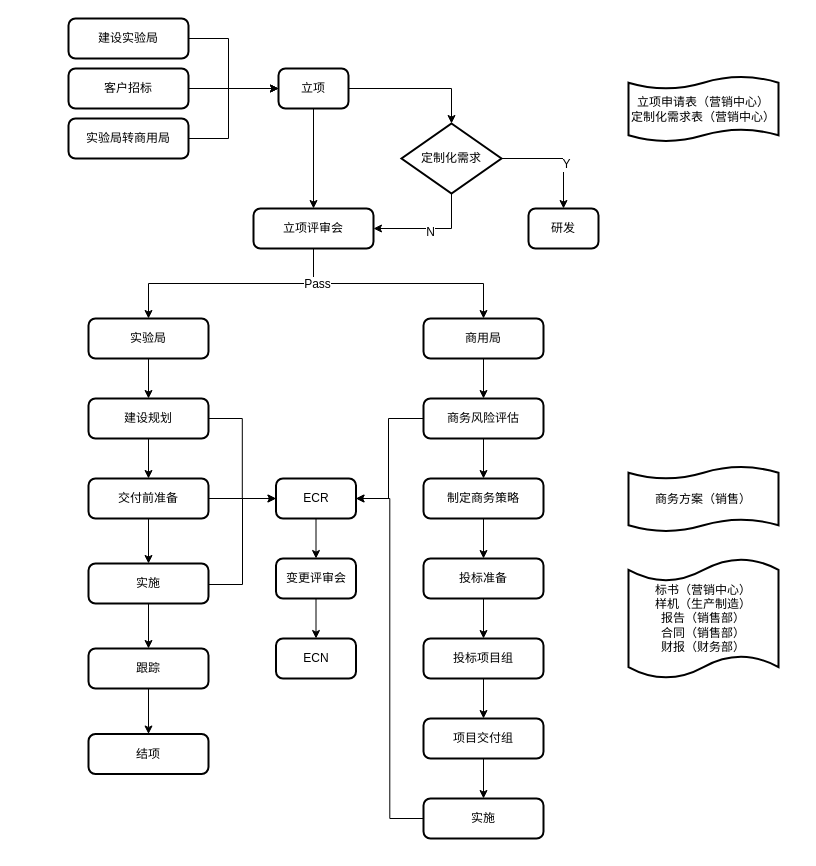
linkeyue/linkeyue keeps this draw.io diagram as kkk.drawio. Above is the earlier version. Source tidied: cells renumbered, new cells numbered last; positions are measured from the earlier drawing's top-left corner, leaving out a move shared by most shapes. Both pictures are drawn from the tidied source at 100%, with x=0, y=0 at pixel (68, 18).
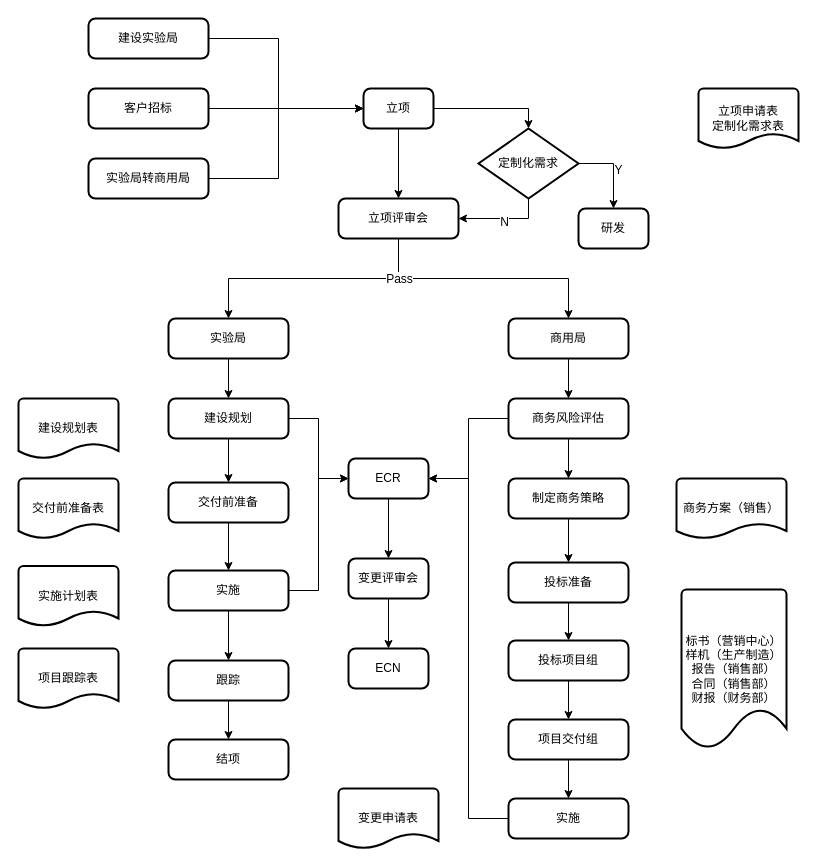
After the change.

Change to the diagram source:
```diff
@@
     <mxCell id="2" style="edgeStyle=orthogonalEdgeStyle;rounded=0;jettySize=auto;html=1;exitX=1;exitY=0.5;exitDx=0;exitDy=0;entryX=0;entryY=0.5;entryDx=0;entryDy=0;" parent="1" edge="1" source="3" target="8">
       <mxGeometry relative="1" as="geometry">
         <Array as="points">
-          <mxPoint x="160" y="20" />
-          <mxPoint x="160" y="70" />
+          <mxPoint x="210" y="20" />
+          <mxPoint x="210" y="90" />
         </Array>
       </mxGeometry>
     </mxCell>
     <mxCell id="3" value="建设实验局" style="rounded=1;whiteSpace=wrap;html=1;absoluteArcSize=1;arcSize=14;strokeWidth=2;" parent="1" vertex="1">
-      <mxGeometry width="120" height="40" as="geometry" />
+      <mxGeometry x="20" width="120" height="40" as="geometry" />
     </mxCell>
-    <mxCell id="4" style="edgeStyle=orthogonalEdgeStyle;rounded=0;jettySize=auto;html=1;exitX=1;exitY=0.5;exitDx=0;exitDy=0;" parent="1" edge="1" source="5">
-      <mxGeometry relative="1" as="geometry">
-        <mxPoint x="210" y="70" as="targetPoint" />
-        <Array as="points">
-          <mxPoint x="160" y="70" />
-          <mxPoint x="160" y="70" />
-        </Array>
-      </mxGeometry>
-    </mxCell>
+    <mxCell id="58" style="edgeStyle=orthogonalEdgeStyle;rounded=0;jettySize=auto;html=1;entryX=0;entryY=0.5;entryDx=0;entryDy=0;" parent="1" edge="1" source="5" target="8">
+      <mxGeometry relative="1" as="geometry" />
+    </mxCell>
     <mxCell id="5" value="客户招标" style="rounded=1;whiteSpace=wrap;html=1;absoluteArcSize=1;arcSize=14;strokeWidth=2;" parent="1" vertex="1">
-      <mxGeometry y="50" width="120" height="40" as="geometry" />
+      <mxGeometry x="20" y="70" width="120" height="40" as="geometry" />
     </mxCell>
@@
     <mxCell id="8" value="立项" style="rounded=1;whiteSpace=wrap;html=1;absoluteArcSize=1;arcSize=14;strokeWidth=2;direction=east;rotation=0;" parent="1" vertex="1">
-      <mxGeometry x="210" y="50" width="70" height="40" as="geometry" />
+      <mxGeometry x="295" y="70" width="70" height="40" as="geometry" />
     </mxCell>
-    <mxCell id="9" style="edgeStyle=orthogonalEdgeStyle;rounded=0;jettySize=auto;html=1;exitX=1;exitY=0.5;exitDx=0;exitDy=0;" parent="1" edge="1" source="10">
-      <mxGeometry relative="1" as="geometry">
-        <mxPoint x="210" y="70" as="targetPoint" />
-        <Array as="points">
-          <mxPoint x="160" y="120" />
-          <mxPoint x="160" y="70" />
-        </Array>
-      </mxGeometry>
-    </mxCell>
+    <mxCell id="59" style="edgeStyle=orthogonalEdgeStyle;rounded=0;jettySize=auto;html=1;exitX=1;exitY=0.5;exitDx=0;exitDy=0;entryX=0;entryY=0.5;entryDx=0;entryDy=0;" parent="1" edge="1" source="10" target="8">
+      <mxGeometry relative="1" as="geometry">
+        <Array as="points">
+          <mxPoint x="210" y="160" />
+          <mxPoint x="210" y="90" />
+        </Array>
+      </mxGeometry>
+    </mxCell>
     <mxCell id="10" value="实验局转商用局" style="rounded=1;whiteSpace=wrap;html=1;absoluteArcSize=1;arcSize=14;strokeWidth=2;" parent="1" vertex="1">
-      <mxGeometry y="100" width="120" height="40" as="geometry" />
+      <mxGeometry x="20" y="140" width="120" height="40" as="geometry" />
     </mxCell>
@@
     <mxCell id="14" value="立项评审会" style="rounded=1;whiteSpace=wrap;html=1;absoluteArcSize=1;arcSize=14;strokeWidth=2;" parent="1" vertex="1">
-      <mxGeometry x="185" y="190" width="120" height="40" as="geometry" />
+      <mxGeometry x="270" y="180" width="120" height="40" as="geometry" />
     </mxCell>
@@
     <mxCell id="19" value="定制化需求" style="strokeWidth=2;html=1;shape=mxgraph.flowchart.decision;whiteSpace=wrap;" parent="1" vertex="1">
-      <mxGeometry x="333" y="105" width="100" height="70" as="geometry" />
+      <mxGeometry x="410" y="110" width="100" height="70" as="geometry" />
     </mxCell>
     <mxCell id="20" value="研发" style="rounded=1;whiteSpace=wrap;html=1;absoluteArcSize=1;arcSize=14;strokeWidth=2;direction=east;rotation=0;" parent="1" vertex="1">
-      <mxGeometry x="460" y="190" width="70" height="40" as="geometry" />
+      <mxGeometry x="510" y="190" width="70" height="40" as="geometry" />
     </mxCell>
-    <mxCell id="21" value="立项申请表（营销中心）&lt;br&gt;定制化需求表（营销中心）" style="shape=tape;whiteSpace=wrap;html=1;strokeWidth=2;size=0.19;" parent="1" vertex="1">
-      <mxGeometry x="560" y="58" width="150" height="65" as="geometry" />
-    </mxCell>
@@
     <mxCell id="23" value="实验局" style="rounded=1;whiteSpace=wrap;html=1;absoluteArcSize=1;arcSize=14;strokeWidth=2;" parent="1" vertex="1">
-      <mxGeometry x="20" y="300" width="120" height="40" as="geometry" />
+      <mxGeometry x="100" y="300" width="120" height="40" as="geometry" />
     </mxCell>
@@
     <mxCell id="25" value="商用局" style="rounded=1;whiteSpace=wrap;html=1;absoluteArcSize=1;arcSize=14;strokeWidth=2;" parent="1" vertex="1">
-      <mxGeometry x="355" y="300" width="120" height="40" as="geometry" />
+      <mxGeometry x="440" y="300" width="120" height="40" as="geometry" />
     </mxCell>
@@
     <mxCell id="28" value="建设规划" style="rounded=1;whiteSpace=wrap;html=1;absoluteArcSize=1;arcSize=14;strokeWidth=2;" parent="1" vertex="1">
-      <mxGeometry x="20" y="380" width="120" height="40" as="geometry" />
+      <mxGeometry x="100" y="380" width="120" height="40" as="geometry" />
     </mxCell>
@@
     <mxCell id="30" value="制定商务策略" style="rounded=1;whiteSpace=wrap;html=1;absoluteArcSize=1;arcSize=14;strokeWidth=2;" parent="1" vertex="1">
-      <mxGeometry x="355" y="460" width="120" height="40" as="geometry" />
+      <mxGeometry x="440" y="460" width="120" height="40" as="geometry" />
     </mxCell>
@@
     <mxCell id="32" style="edgeStyle=orthogonalEdgeStyle;rounded=0;jettySize=auto;html=1;exitX=0;exitY=0.5;exitDx=0;exitDy=0;entryX=1;entryY=0.5;entryDx=0;entryDy=0;" parent="1" edge="1" source="33" target="54">
-      <mxGeometry relative="1" as="geometry">
-        <Array as="points">
-          <mxPoint x="320" y="400" />
-          <mxPoint x="320" y="480" />
-        </Array>
-      </mxGeometry>
+      <mxGeometry relative="1" as="geometry" />
     </mxCell>
     <mxCell id="33" value="商务风险评估" style="rounded=1;whiteSpace=wrap;html=1;absoluteArcSize=1;arcSize=14;strokeWidth=2;" parent="1" vertex="1">
-      <mxGeometry x="355" y="380" width="120" height="40" as="geometry" />
+      <mxGeometry x="440" y="380" width="120" height="40" as="geometry" />
     </mxCell>
@@
     <mxCell id="35" value="项目交付组" style="rounded=1;whiteSpace=wrap;html=1;absoluteArcSize=1;arcSize=14;strokeWidth=2;" parent="1" vertex="1">
-      <mxGeometry x="355" y="700" width="120" height="40" as="geometry" />
+      <mxGeometry x="440" y="701" width="120" height="40" as="geometry" />
     </mxCell>
@@
     <mxCell id="37" value="投标项目组" style="rounded=1;whiteSpace=wrap;html=1;absoluteArcSize=1;arcSize=14;strokeWidth=2;" parent="1" vertex="1">
-      <mxGeometry x="355" y="620" width="120" height="40" as="geometry" />
+      <mxGeometry x="440" y="622" width="120" height="40" as="geometry" />
     </mxCell>
@@
     <mxCell id="39" value="投标准备" style="rounded=1;whiteSpace=wrap;html=1;absoluteArcSize=1;arcSize=14;strokeWidth=2;" parent="1" vertex="1">
-      <mxGeometry x="355" y="540" width="120" height="40" as="geometry" />
+      <mxGeometry x="440" y="544" width="120" height="40" as="geometry" />
     </mxCell>
@@
     <mxCell id="41" value="实施" style="rounded=1;whiteSpace=wrap;html=1;absoluteArcSize=1;arcSize=14;strokeWidth=2;" parent="1" vertex="1">
-      <mxGeometry x="355" y="780" width="120" height="40" as="geometry" />
+      <mxGeometry x="440" y="780" width="120" height="40" as="geometry" />
     </mxCell>
@@
-    <mxCell id="43" style="edgeStyle=orthogonalEdgeStyle;rounded=0;jettySize=auto;html=1;exitX=1;exitY=0.5;exitDx=0;exitDy=0;" parent="1" edge="1" source="44">
-      <mxGeometry relative="1" as="geometry">
-        <mxPoint x="220" y="480" as="targetPoint" />
-      </mxGeometry>
-    </mxCell>
     <mxCell id="44" value="交付前准备" style="rounded=1;whiteSpace=wrap;html=1;absoluteArcSize=1;arcSize=14;strokeWidth=2;" parent="1" vertex="1">
-      <mxGeometry x="20" y="460" width="120" height="40" as="geometry" />
+      <mxGeometry x="100" y="464" width="120" height="40" as="geometry" />
     </mxCell>
@@
     <mxCell id="46" style="edgeStyle=orthogonalEdgeStyle;rounded=0;jettySize=auto;html=1;exitX=1;exitY=0.5;exitDx=0;exitDy=0;entryX=0;entryY=0.5;entryDx=0;entryDy=0;" parent="1" edge="1" source="47" target="54">
-      <mxGeometry relative="1" as="geometry">
-        <Array as="points">
-          <mxPoint x="174" y="566" />
-          <mxPoint x="174" y="480" />
-        </Array>
-      </mxGeometry>
+      <mxGeometry relative="1" as="geometry" />
     </mxCell>
     <mxCell id="47" value="实施" style="rounded=1;whiteSpace=wrap;html=1;absoluteArcSize=1;arcSize=14;strokeWidth=2;" parent="1" vertex="1">
-      <mxGeometry x="20" y="545" width="120" height="40" as="geometry" />
+      <mxGeometry x="100" y="552" width="120" height="40" as="geometry" />
     </mxCell>
@@
     <mxCell id="49" value="跟踪" style="rounded=1;whiteSpace=wrap;html=1;absoluteArcSize=1;arcSize=14;strokeWidth=2;" parent="1" vertex="1">
-      <mxGeometry x="20" y="630" width="120" height="40" as="geometry" />
+      <mxGeometry x="100" y="642" width="120" height="40" as="geometry" />
     </mxCell>
     <mxCell id="50" value="结项" style="rounded=1;whiteSpace=wrap;html=1;absoluteArcSize=1;arcSize=14;strokeWidth=2;" parent="1" vertex="1">
-      <mxGeometry x="20" y="715.5" width="120" height="40" as="geometry" />
+      <mxGeometry x="100" y="721" width="120" height="40" as="geometry" />
     </mxCell>
-    <mxCell id="51" value="商务方案（销售）" style="shape=tape;whiteSpace=wrap;html=1;strokeWidth=2;size=0.19;" parent="1" vertex="1">
-      <mxGeometry x="560" y="448" width="150" height="65" as="geometry" />
-    </mxCell>
-    <mxCell id="52" value="标书（营销中心）&lt;br&gt;样机（生产制造）&lt;br&gt;报告（销售部）&lt;br&gt;合同（销售部）&lt;br&gt;财报（财务部）" style="shape=tape;whiteSpace=wrap;html=1;strokeWidth=2;size=0.19;" parent="1" vertex="1">
-      <mxGeometry x="560" y="540" width="150" height="120" as="geometry" />
-    </mxCell>
@@
     <mxCell id="54" value="ECR" style="rounded=1;whiteSpace=wrap;html=1;absoluteArcSize=1;arcSize=14;strokeWidth=2;" parent="1" vertex="1">
-      <mxGeometry x="207.5" y="460" width="80" height="40" as="geometry" />
+      <mxGeometry x="280" y="440" width="80" height="40" as="geometry" />
     </mxCell>
@@
     <mxCell id="56" value="变更评审会" style="rounded=1;whiteSpace=wrap;html=1;absoluteArcSize=1;arcSize=14;strokeWidth=2;" parent="1" vertex="1">
-      <mxGeometry x="207.5" y="540" width="80" height="40" as="geometry" />
+      <mxGeometry x="280" y="540" width="80" height="40" as="geometry" />
     </mxCell>
     <mxCell id="57" value="ECN" style="rounded=1;whiteSpace=wrap;html=1;absoluteArcSize=1;arcSize=14;strokeWidth=2;" parent="1" vertex="1">
-      <mxGeometry x="207.5" y="620" width="80" height="40" as="geometry" />
+      <mxGeometry x="280" y="630" width="80" height="40" as="geometry" />
     </mxCell>
+    <mxCell id="60" value="建设规划表" style="strokeWidth=2;html=1;shape=mxgraph.flowchart.document2;whiteSpace=wrap;size=0.25;" parent="1" vertex="1">
+      <mxGeometry x="-50" y="380" width="100" height="60" as="geometry" />
+    </mxCell>
+    <mxCell id="52" value="&lt;span style=&quot;white-space: normal&quot;&gt;标书（营销中心）&lt;/span&gt;&lt;br style=&quot;white-space: normal&quot;&gt;&lt;span style=&quot;white-space: normal&quot;&gt;样机（生产制造）&lt;/span&gt;&lt;br style=&quot;white-space: normal&quot;&gt;&lt;span style=&quot;white-space: normal&quot;&gt;报告（销售部）&lt;/span&gt;&lt;br style=&quot;white-space: normal&quot;&gt;&lt;span style=&quot;white-space: normal&quot;&gt;合同（销售部）&lt;/span&gt;&lt;br style=&quot;white-space: normal&quot;&gt;&lt;span style=&quot;white-space: normal&quot;&gt;财报（财务部）&lt;/span&gt;" style="strokeWidth=2;html=1;shape=mxgraph.flowchart.document2;whiteSpace=wrap;size=0.25;" parent="1" vertex="1">
+      <mxGeometry x="613" y="571" width="105" height="159" as="geometry" />
+    </mxCell>
+    <mxCell id="51" value="&lt;span style=&quot;white-space: normal&quot;&gt;商务方案（销售）&lt;/span&gt;" style="strokeWidth=2;html=1;shape=mxgraph.flowchart.document2;whiteSpace=wrap;size=0.25;" parent="1" vertex="1">
+      <mxGeometry x="608" y="460" width="110" height="60" as="geometry" />
+    </mxCell>
+    <mxCell id="61" value="&lt;span style=&quot;white-space: normal&quot;&gt;立项申请表&lt;/span&gt;&lt;br style=&quot;white-space: normal&quot;&gt;&lt;span style=&quot;white-space: normal&quot;&gt;定制化需求表&lt;/span&gt;" style="strokeWidth=2;html=1;shape=mxgraph.flowchart.document2;whiteSpace=wrap;size=0.25;" parent="1" vertex="1">
+      <mxGeometry x="630" y="70" width="100" height="60" as="geometry" />
+    </mxCell>
+    <mxCell id="62" value="交付前准备表" style="strokeWidth=2;html=1;shape=mxgraph.flowchart.document2;whiteSpace=wrap;size=0.25;" parent="1" vertex="1">
+      <mxGeometry x="-50" y="460" width="100" height="60" as="geometry" />
+    </mxCell>
+    <mxCell id="63" value="实施计划表" style="strokeWidth=2;html=1;shape=mxgraph.flowchart.document2;whiteSpace=wrap;size=0.25;" parent="1" vertex="1">
+      <mxGeometry x="-50" y="547.5" width="100" height="60" as="geometry" />
+    </mxCell>
+    <mxCell id="64" value="项目跟踪表" style="strokeWidth=2;html=1;shape=mxgraph.flowchart.document2;whiteSpace=wrap;size=0.25;" parent="1" vertex="1">
+      <mxGeometry x="-50" y="630" width="100" height="60" as="geometry" />
+    </mxCell>
+    <mxCell id="65" value="变更申请表" style="strokeWidth=2;html=1;shape=mxgraph.flowchart.document2;whiteSpace=wrap;size=0.25;" parent="1" vertex="1">
+      <mxGeometry x="270" y="770" width="100" height="60" as="geometry" />
+    </mxCell>
```
